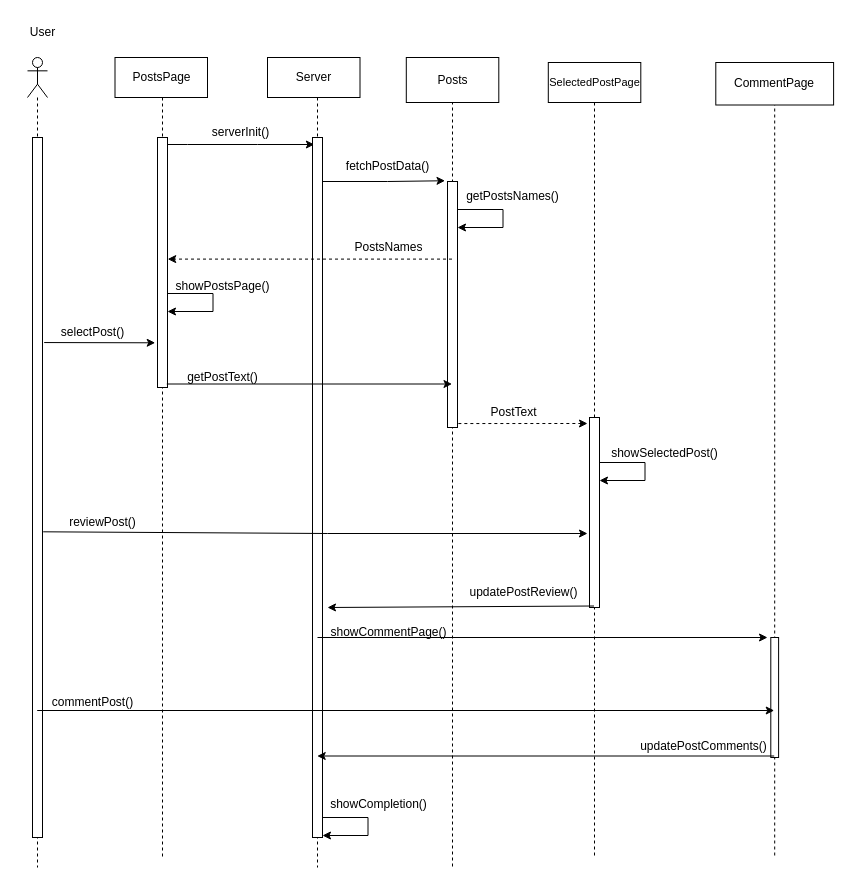
Above: ΤΕΛΙΚΟ ΠΑΡΑΔΟΤΕΟ/Sequence-diagrams-v1.0/sd_ανάγνωση_και_αξιολόγηση_αναρτ_χρηστών.drawio in Dionkaps/Eu-Zin (draw.io), before the change. Source tidied: cells renumbered, new cells numbered last; positions are measured from the earlier drawing's top-left corner, leaving out a move shared by most shapes. Both pictures are drawn from the tidied source at 100%, with x=0, y=0 at pixel (17, 17).
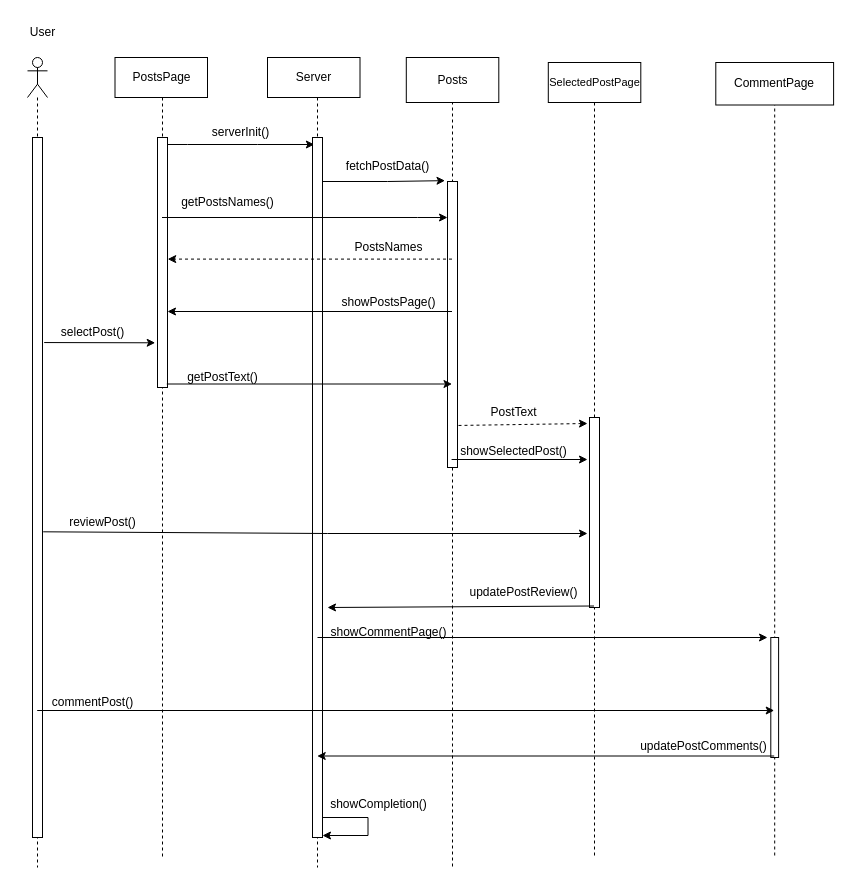
The same page after the edit.

The change refers to these unchanged cells:
```xml
<mxCell id="3" style="shape=umlLifeline;perimeter=lifelinePerimeter;whiteSpace=wrap;html=1;outlineConnect=0;portConstraint=eastwest;newEdgeStyle={&quot;edgeStyle&quot;:&quot;elbowEdgeStyle&quot;,&quot;elbow&quot;:&quot;vertical&quot;,&quot;curved&quot;:0,&quot;rounded&quot;:0};participant=umlBoundary;" parent="1" vertex="1">
  <mxGeometry x="120" y="40" width="50" height="800" as="geometry" />
</mxCell>
<mxCell id="12" style="shape=umlLifeline;perimeter=lifelinePerimeter;whiteSpace=wrap;html=1;outlineConnect=0;portConstraint=eastwest;newEdgeStyle={&quot;edgeStyle&quot;:&quot;elbowEdgeStyle&quot;,&quot;elbow&quot;:&quot;vertical&quot;,&quot;curved&quot;:0,&quot;rounded&quot;:0};participant=umlEntity;" parent="1" vertex="1">
  <mxGeometry x="415" y="44" width="40" height="806" as="geometry" />
</mxCell>
```

Diff of the diagram source:
```diff
@@
     <mxCell id="15" value="showSelectedPost()" style="text;html=1;align=center;verticalAlign=middle;strokeColor=none;fillColor=none;" parent="1" vertex="1">
-      <mxGeometry x="582" y="421" width="130" height="30" as="geometry" />
+      <mxGeometry x="431.2" y="419" width="130" height="30" as="geometry" />
     </mxCell>
@@
     <mxCell id="21" style="html=1;points=[];perimeter=orthogonalPerimeter;fontSize=11;" parent="1" vertex="1">
-      <mxGeometry x="430" y="164" width="10" height="246" as="geometry" />
+      <mxGeometry x="430" y="164" width="10" height="286" as="geometry" />
     </mxCell>
@@
-    <mxCell id="29" style="endArrow=classic;html=1;rounded=0;" parent="1" edge="1">
+    <mxCell id="29" style="endArrow=classic;html=1;rounded=0;" parent="1" edge="1" source="3">
       <mxGeometry x="-0.17" y="23" relative="1" as="geometry">
-        <mxPoint x="440" y="192" as="sourcePoint" />
-        <mxPoint x="440" y="210" as="targetPoint" />
+        <mxPoint x="430" y="200" as="targetPoint" />
         <Array as="points">
-          <mxPoint x="485.5" y="192" />
-          <mxPoint x="485.5" y="210" />
+          <mxPoint x="400" y="200" />
         </Array>
         <mxPoint x="-3" y="-12" as="offset" />
       </mxGeometry>
     </mxCell>
     <mxCell id="30" value="getPostsNames()" style="text;html=1;align=center;verticalAlign=middle;strokeColor=none;fillColor=none;" parent="1" vertex="1">
-      <mxGeometry x="435" y="164" width="120" height="30" as="geometry" />
+      <mxGeometry x="150" y="170" width="120" height="30" as="geometry" />
     </mxCell>
@@
-    <mxCell id="33" style="endArrow=classic;html=1;rounded=0;" parent="1" edge="1">
+    <mxCell id="33" style="endArrow=classic;html=1;rounded=0;" parent="1" edge="1" source="12">
       <mxGeometry x="-0.17" y="23" relative="1" as="geometry">
-        <mxPoint x="150" y="276" as="sourcePoint" />
         <mxPoint x="150" y="294" as="targetPoint" />
         <Array as="points">
-          <mxPoint x="195.5" y="276" />
           <mxPoint x="195.5" y="294" />
         </Array>
         <mxPoint x="-3" y="-12" as="offset" />
       </mxGeometry>
     </mxCell>
@@
-    <mxCell id="36" style="endArrow=classic;html=1;rounded=0;exitX=1.085;exitY=0.984;exitDx=0;exitDy=0;exitPerimeter=0;dashed=1;" parent="1" edge="1" source="21">
+    <mxCell id="36" style="endArrow=classic;html=1;rounded=0;exitX=1.1;exitY=0.853;exitDx=0;exitDy=0;exitPerimeter=0;dashed=1;" parent="1" edge="1" source="21">
       <mxGeometry relative="1" as="geometry">
         <mxPoint x="570" y="406" as="targetPoint" />
       </mxGeometry>
     </mxCell>
@@
-    <mxCell id="38" style="endArrow=classic;html=1;rounded=0;" parent="1" edge="1">
-      <mxGeometry x="-0.17" y="23" relative="1" as="geometry">
-        <mxPoint x="582" y="445" as="sourcePoint" />
-        <mxPoint x="582" y="463" as="targetPoint" />
-        <Array as="points">
-          <mxPoint x="627.5" y="445" />
-          <mxPoint x="627.5" y="463" />
-        </Array>
-        <mxPoint x="-3" y="-12" as="offset" />
-      </mxGeometry>
-    </mxCell>
@@
     <mxCell id="49" value="showPostsPage()" style="text;html=1;align=center;verticalAlign=middle;strokeColor=none;fillColor=none;" parent="1" vertex="1">
-      <mxGeometry x="145" y="254" width="120" height="30" as="geometry" />
+      <mxGeometry x="311.2" y="270" width="120" height="30" as="geometry" />
     </mxCell>
@@
+    <mxCell id="52" style="endArrow=classic;html=1;rounded=0;" parent="1" edge="1">
+      <mxGeometry relative="1" as="geometry">
+        <mxPoint x="434.1" y="442" as="sourcePoint" />
+        <mxPoint x="570" y="442" as="targetPoint" />
+      </mxGeometry>
+    </mxCell>
```
